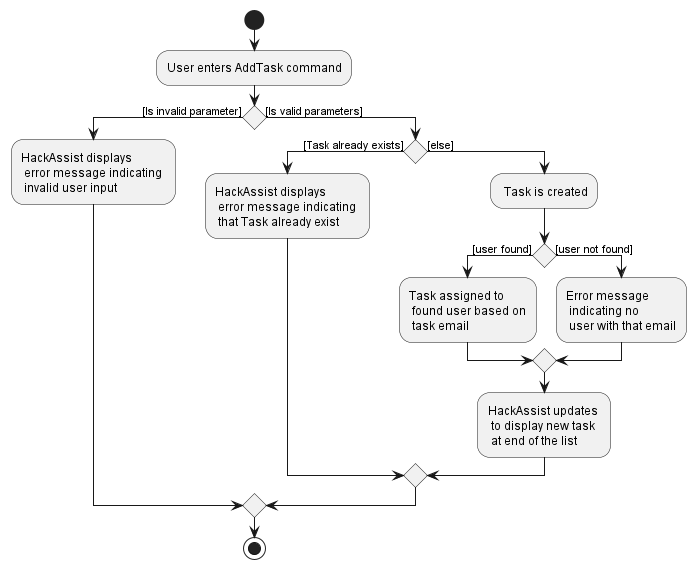
Earlier version of the PlantUML export docs/images/AddTaskCommandActivityDiagram.png (nus-cs2103-AY2223S1/tp). The source it was exported from:
```plantuml
@startuml
start
:User enters AddTask command;

if () then ([Is invalid parameter])
    :HackAssist displays \n error message indicating \n invalid user input;

else ([Is valid parameters])

    if () then ([Task already exists])
        :HackAssist displays \n error message indicating \n that Task already exist;
    else ([else])
        : Task is created;
        if () then ([user found])
             :Task assigned to \n found user based on\n task email;
        else ([user not found])
             :Error message \n indicating no \n user with that email;

           endif

        :HackAssist updates \n to display new task\n at end of the list;
    endif

endif
stop
@enduml
```
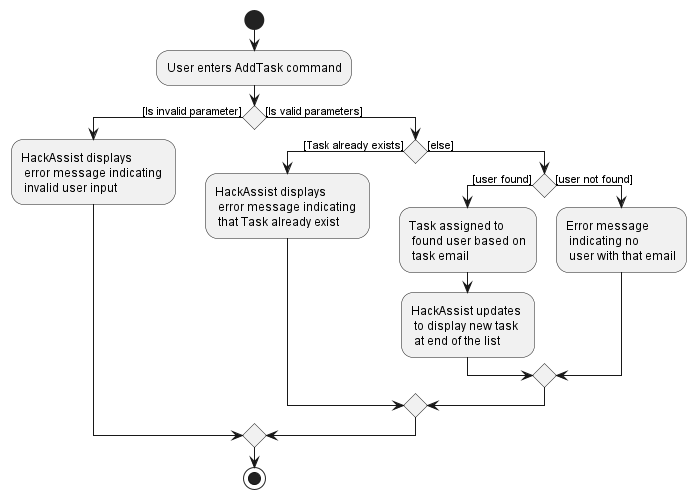
The same diagram one commit later.

What changed in the source:
```diff
@@ -10,15 +10,15 @@
     if () then ([Task already exists])
         :HackAssist displays \n error message indicating \n that Task already exist;
     else ([else])
-        : Task is created;
         if () then ([user found])
              :Task assigned to \n found user based on\n task email;
+             :HackAssist updates \n to display new task\n at end of the list;
         else ([user not found])
              :Error message \n indicating no \n user with that email;
 
            endif
 
-        :HackAssist updates \n to display new task\n at end of the list;
+
     endif
 
 endif
```
